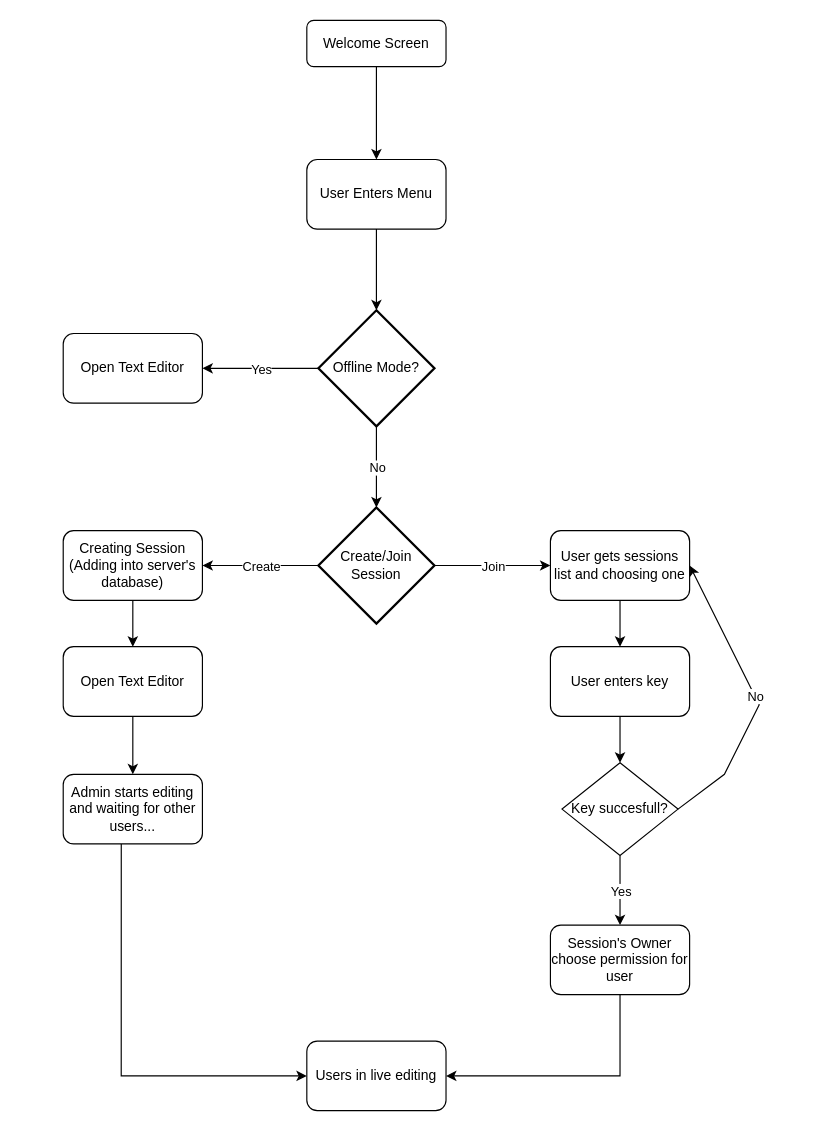
Before: project_flow.drawio in avnogy/netext, a draw.io diagram. Source tidied: cells renumbered, new cells numbered last; positions are measured from the earlier drawing's top-left corner, leaving out a move shared by most shapes. Both pictures are drawn from the tidied source at 116%, with x=0, y=0 at pixel (63, 20).
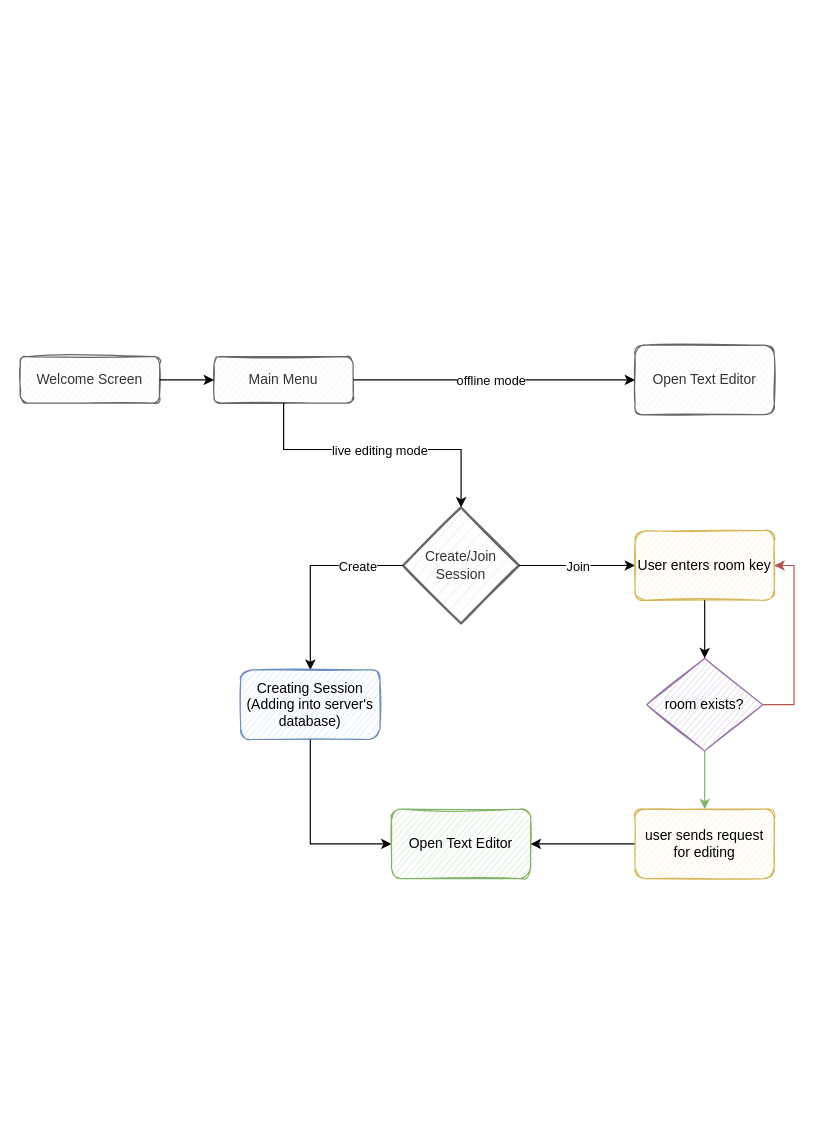
Above is the later version.

Diff of the diagram source:
```diff
@@
-    <mxCell id="2" value="Welcome Screen" style="rounded=1;whiteSpace=wrap;html=1;fontSize=12;glass=0;strokeWidth=1;shadow=0;" parent="1" vertex="1">
-      <mxGeometry x="210" width="120" height="40" as="geometry" />
+    <mxCell id="2" value="Welcome Screen" style="rounded=1;whiteSpace=wrap;html=1;fontSize=12;glass=0;strokeWidth=1;shadow=0;fillColor=#f5f5f5;fontColor=#333333;strokeColor=#666666;sketch=1;" parent="1" vertex="1">
+      <mxGeometry x="-37" y="290" width="120" height="40" as="geometry" />
     </mxCell>
-    <mxCell id="3" value="User Enters Menu" style="rounded=1;whiteSpace=wrap;html=1;" parent="1" vertex="1">
-      <mxGeometry x="210" y="120" width="120" height="60" as="geometry" />
+    <mxCell id="3" value="Main Menu" style="rounded=1;whiteSpace=wrap;html=1;fillColor=#f5f5f5;fontColor=#333333;strokeColor=#666666;sketch=1;" parent="1" vertex="1">
+      <mxGeometry x="130" y="290" width="120" height="40" as="geometry" />
     </mxCell>
-    <mxCell id="4" value="Create/Join&lt;br&gt;Session" style="strokeWidth=2;html=1;shape=mxgraph.flowchart.decision;whiteSpace=wrap;" parent="1" vertex="1">
-      <mxGeometry x="220" y="420" width="100" height="100" as="geometry" />
+    <mxCell id="4" value="Create/Join&lt;br&gt;Session" style="strokeWidth=2;html=1;shape=mxgraph.flowchart.decision;whiteSpace=wrap;fillColor=#f5f5f5;strokeColor=#666666;fontColor=#333333;sketch=1;" parent="1" vertex="1">
+      <mxGeometry x="293" y="420" width="100" height="100" as="geometry" />
     </mxCell>
-    <mxCell id="5" style="endArrow=classic;html=1;rounded=0;exitX=0.5;exitY=1;exitDx=0;exitDy=0;" parent="1" edge="1" source="2">
+    <mxCell id="5" style="endArrow=classic;html=1;rounded=0;exitX=1;exitY=0.5;exitDx=0;exitDy=0;entryX=0;entryY=0.5;entryDx=0;entryDy=0;" parent="1" edge="1" source="2" target="3">
       <mxGeometry relative="1" as="geometry">
-        <mxPoint x="270" y="120" as="targetPoint" />
+        <Array as="points">
+          <mxPoint x="113" y="310" />
+        </Array>
       </mxGeometry>
     </mxCell>
-    <mxCell id="6" value="Offline Mode?" style="strokeWidth=2;html=1;shape=mxgraph.flowchart.decision;whiteSpace=wrap;" parent="1" vertex="1">
-      <mxGeometry x="220" y="250" width="100" height="100" as="geometry" />
-    </mxCell>
-    <mxCell id="7" style="endArrow=classic;html=1;rounded=0;" parent="1" edge="1" source="6">
-      <mxGeometry relative="1" as="geometry">
-        <mxPoint x="120" y="300" as="targetPoint" />
-      </mxGeometry>
-    </mxCell>
-    <mxCell id="8" value="Yes" style="edgeLabel;html=1;align=center;verticalAlign=middle;" parent="7" vertex="1">
-      <mxGeometry relative="1" as="geometry" />
-    </mxCell>
-    <mxCell id="9" value="Open Text Editor" style="rounded=1;whiteSpace=wrap;html=1;" parent="1" vertex="1">
-      <mxGeometry y="270" width="120" height="60" as="geometry" />
+    <mxCell id="9" value="Open Text Editor" style="rounded=1;whiteSpace=wrap;html=1;fillColor=#f5f5f5;strokeColor=#666666;fontColor=#333333;sketch=1;" parent="1" vertex="1">
+      <mxGeometry x="493" y="280" width="120" height="60" as="geometry" />
     </mxCell>
-    <mxCell id="10" style="endArrow=classic;html=1;rounded=0;entryX=0.5;entryY=0;entryDx=0;entryDy=0;entryPerimeter=0;" parent="1" edge="1" source="3" target="6">
-      <mxGeometry relative="1" as="geometry" />
+    <mxCell id="10" style="endArrow=classic;html=1;rounded=0;entryX=0;entryY=0.5;entryDx=0;entryDy=0;exitX=1;exitY=0.5;exitDx=0;exitDy=0;" parent="1" edge="1" source="3" target="9">
+      <mxGeometry relative="1" as="geometry">
+        <Array as="points">
+          <mxPoint x="430" y="310" />
+        </Array>
+      </mxGeometry>
     </mxCell>
+    <mxCell id="35" value="offline mode" style="edgeLabel;html=1;align=center;verticalAlign=middle;" parent="10" vertex="1">
+      <mxGeometry x="-0.39" relative="1" as="geometry">
+        <mxPoint x="44" as="offset" />
+      </mxGeometry>
+    </mxCell>
-    <mxCell id="11" style="endArrow=classic;html=1;rounded=0;" parent="1" edge="1" source="4">
+    <mxCell id="11" style="endArrow=classic;html=1;rounded=0;entryX=0.5;entryY=0;entryDx=0;entryDy=0;exitX=0;exitY=0.5;exitDx=0;exitDy=0;exitPerimeter=0;" parent="1" edge="1" source="4" target="13">
       <mxGeometry relative="1" as="geometry">
-        <mxPoint x="120" y="470" as="targetPoint" />
+        <Array as="points">
+          <mxPoint x="213" y="470" />
+        </Array>
       </mxGeometry>
     </mxCell>
     <mxCell id="12" value="Create" style="edgeLabel;html=1;align=center;verticalAlign=middle;" parent="11" vertex="1">
-      <mxGeometry relative="1" as="geometry" />
+      <mxGeometry relative="1" as="geometry">
+        <mxPoint x="40" y="-5" as="offset" />
+      </mxGeometry>
     </mxCell>
-    <mxCell id="13" value="Creating Session (Adding into server's database)" style="rounded=1;whiteSpace=wrap;html=1;" parent="1" vertex="1">
-      <mxGeometry y="440" width="120" height="60" as="geometry" />
+    <mxCell id="13" value="Creating Session (Adding into server's database)" style="rounded=1;whiteSpace=wrap;html=1;fillColor=#dae8fc;strokeColor=#6c8ebf;sketch=1;" parent="1" vertex="1">
+      <mxGeometry x="153" y="560" width="120" height="60" as="geometry" />
     </mxCell>
-    <mxCell id="14" style="endArrow=classic;html=1;rounded=0;entryX=0.5;entryY=0;entryDx=0;entryDy=0;entryPerimeter=0;" parent="1" edge="1" source="6" target="4">
-      <mxGeometry relative="1" as="geometry" />
+    <mxCell id="14" style="endArrow=classic;html=1;rounded=0;entryX=0.5;entryY=0;entryDx=0;entryDy=0;entryPerimeter=0;exitX=0.5;exitY=1;exitDx=0;exitDy=0;" parent="1" edge="1" source="3" target="4">
+      <mxGeometry relative="1" as="geometry">
+        <Array as="points">
+          <mxPoint x="190" y="370" />
+          <mxPoint x="343" y="370" />
+        </Array>
+      </mxGeometry>
     </mxCell>
-    <mxCell id="15" value="No" style="edgeLabel;html=1;align=center;verticalAlign=middle;" parent="14" vertex="1">
-      <mxGeometry relative="1" as="geometry" />
-    </mxCell>
+    <mxCell id="36" value="live editing mode" style="edgeLabel;html=1;align=center;verticalAlign=middle;" parent="14" vertex="1">
+      <mxGeometry x="0.15" relative="1" as="geometry">
+        <mxPoint x="-18" as="offset" />
+      </mxGeometry>
+    </mxCell>
     <mxCell id="16" style="endArrow=classic;html=1;rounded=0;" parent="1" edge="1" source="4">
       <mxGeometry relative="1" as="geometry">
-        <mxPoint x="420" y="470" as="targetPoint" />
+        <mxPoint x="493" y="470" as="targetPoint" />
       </mxGeometry>
     </mxCell>
@@
-    <mxCell id="18" value="User gets sessions list and choosing one" style="rounded=1;whiteSpace=wrap;html=1;" parent="1" vertex="1">
-      <mxGeometry x="420" y="440" width="120" height="60" as="geometry" />
-    </mxCell>
-    <mxCell id="19" value="User enters key" style="rounded=1;whiteSpace=wrap;html=1;" parent="1" vertex="1">
-      <mxGeometry x="420" y="540" width="120" height="60" as="geometry" />
+    <mxCell id="19" value="User enters room key" style="rounded=1;whiteSpace=wrap;html=1;fillColor=#fff2cc;strokeColor=#d6b656;sketch=1;" parent="1" vertex="1">
+      <mxGeometry x="493" y="440" width="120" height="60" as="geometry" />
     </mxCell>
-    <mxCell id="20" style="endArrow=classic;html=1;rounded=0;" parent="1" edge="1" source="18">
-      <mxGeometry relative="1" as="geometry">
-        <mxPoint x="480" y="540" as="targetPoint" />
-      </mxGeometry>
-    </mxCell>
+    <mxCell id="37" style="edgeStyle=orthogonalEdgeStyle;rounded=0;jettySize=auto;html=1;fillColor=#d5e8d4;strokeColor=#82b366;" parent="1" edge="1" source="21" target="40">
+      <mxGeometry relative="1" as="geometry" />
+    </mxCell>
+    <mxCell id="38" style="edgeStyle=orthogonalEdgeStyle;rounded=0;jettySize=auto;html=1;entryX=1;entryY=0.5;entryDx=0;entryDy=0;fillColor=#f8cecc;strokeColor=#b85450;" parent="1" edge="1" source="21" target="19">
+      <mxGeometry relative="1" as="geometry">
+        <Array as="points">
+          <mxPoint x="630" y="590" />
+          <mxPoint x="630" y="470" />
+        </Array>
+      </mxGeometry>
+    </mxCell>
-    <mxCell id="21" value="Key succesfull?" style="rhombus;whiteSpace=wrap;html=1;" parent="1" vertex="1">
-      <mxGeometry x="430" y="640" width="100" height="80" as="geometry" />
+    <mxCell id="21" value="room exists?" style="rhombus;whiteSpace=wrap;html=1;fillColor=#e1d5e7;strokeColor=#9673a6;sketch=1;" parent="1" vertex="1">
+      <mxGeometry x="503" y="550" width="100" height="80" as="geometry" />
     </mxCell>
-    <mxCell id="22" style="endArrow=classic;html=1;rounded=0;" parent="1" edge="1" source="19">
-      <mxGeometry relative="1" as="geometry">
-        <mxPoint x="480" y="640" as="targetPoint" />
-      </mxGeometry>
+    <mxCell id="22" style="endArrow=classic;html=1;rounded=0;entryX=0.5;entryY=0;entryDx=0;entryDy=0;" parent="1" edge="1" source="19" target="21">
+      <mxGeometry relative="1" as="geometry" />
     </mxCell>
-    <mxCell id="23" style="endArrow=classic;html=1;rounded=0;" parent="1" edge="1">
-      <mxGeometry relative="1" as="geometry">
-        <mxPoint x="480" y="720" as="sourcePoint" />
-        <mxPoint x="480" y="780" as="targetPoint" />
-      </mxGeometry>
-    </mxCell>
-    <mxCell id="24" value="Yes" style="edgeLabel;html=1;align=center;verticalAlign=middle;" parent="23" vertex="1">
-      <mxGeometry relative="1" as="geometry" />
-    </mxCell>
-    <mxCell id="25" style="endArrow=classic;html=1;rounded=0;exitX=1;exitY=0.5;exitDx=0;exitDy=0;entryX=1;entryY=0.5;entryDx=0;entryDy=0;" parent="1" edge="1" source="21" target="18">
-      <mxGeometry relative="1" as="geometry">
-        <Array as="points">
-          <mxPoint x="570" y="650" />
-          <mxPoint x="600" y="590" />
-        </Array>
-      </mxGeometry>
-    </mxCell>
-    <mxCell id="26" value="No" style="edgeLabel;html=1;align=center;verticalAlign=middle;" parent="25" vertex="1">
-      <mxGeometry relative="1" as="geometry" />
-    </mxCell>
-    <mxCell id="27" value="Session's Owner choose permission for user" style="rounded=1;whiteSpace=wrap;html=1;" parent="1" vertex="1">
-      <mxGeometry x="420" y="780" width="120" height="60" as="geometry" />
-    </mxCell>
-    <mxCell id="28" value="Users in live editing" style="rounded=1;whiteSpace=wrap;html=1;" parent="1" vertex="1">
-      <mxGeometry x="210" y="880" width="120" height="60" as="geometry" />
-    </mxCell>
-    <mxCell id="29" style="edgeStyle=segmentEdgeStyle;endArrow=classic;html=1;rounded=0;exitX=0.5;exitY=1;exitDx=0;exitDy=0;entryX=1;entryY=0.5;entryDx=0;entryDy=0;" parent="1" edge="1" source="27" target="28">
-      <mxGeometry relative="1" as="geometry">
-        <Array as="points">
-          <mxPoint x="480" y="910" />
-          <mxPoint x="330" y="910" />
-        </Array>
-      </mxGeometry>
-    </mxCell>
-    <mxCell id="30" style="endArrow=classic;html=1;rounded=0;exitX=0.5;exitY=1;exitDx=0;exitDy=0;" parent="1" edge="1" source="13">
+    <mxCell id="30" style="endArrow=classic;html=1;rounded=0;exitX=0.5;exitY=1;exitDx=0;exitDy=0;entryX=0;entryY=0.5;entryDx=0;entryDy=0;" parent="1" edge="1" source="13" target="31">
       <mxGeometry relative="1" as="geometry">
-        <mxPoint x="60" y="540" as="targetPoint" />
+        <Array as="points">
+          <mxPoint x="213" y="710" />
+        </Array>
       </mxGeometry>
     </mxCell>
-    <mxCell id="31" value="Open Text Editor" style="rounded=1;whiteSpace=wrap;html=1;" parent="1" vertex="1">
-      <mxGeometry y="540" width="120" height="60" as="geometry" />
+    <mxCell id="31" value="Open Text Editor" style="rounded=1;whiteSpace=wrap;html=1;fillColor=#d5e8d4;strokeColor=#82b366;sketch=1;" parent="1" vertex="1">
+      <mxGeometry x="283" y="680" width="120" height="60" as="geometry" />
     </mxCell>
-    <mxCell id="32" value="Admin starts editing and waiting for other users..." style="rounded=1;whiteSpace=wrap;html=1;" parent="1" vertex="1">
-      <mxGeometry y="650" width="120" height="60" as="geometry" />
-    </mxCell>
-    <mxCell id="33" style="endArrow=classic;html=1;rounded=0;exitX=0.5;exitY=1;exitDx=0;exitDy=0;entryX=0.5;entryY=0;entryDx=0;entryDy=0;" parent="1" edge="1" source="31" target="32">
-      <mxGeometry relative="1" as="geometry" />
-    </mxCell>
-    <mxCell id="34" style="edgeStyle=segmentEdgeStyle;endArrow=classic;html=1;rounded=0;exitX=0.417;exitY=1;exitDx=0;exitDy=0;exitPerimeter=0;entryX=0;entryY=0.5;entryDx=0;entryDy=0;" parent="1" edge="1" source="32" target="28">
-      <mxGeometry relative="1" as="geometry">
-        <Array as="points">
-          <mxPoint x="50" y="910" />
-        </Array>
-      </mxGeometry>
-    </mxCell>
+    <mxCell id="39" style="edgeStyle=orthogonalEdgeStyle;rounded=0;jettySize=auto;html=1;entryX=1;entryY=0.5;entryDx=0;entryDy=0;" parent="1" edge="1" source="40" target="31">
+      <mxGeometry relative="1" as="geometry">
+        <Array as="points">
+          <mxPoint x="423" y="710" />
+          <mxPoint x="423" y="710" />
+        </Array>
+      </mxGeometry>
+    </mxCell>
+    <mxCell id="40" value="user sends request for editing" style="whiteSpace=wrap;html=1;rounded=1;fillColor=#fff2cc;strokeColor=#d6b656;sketch=1;" parent="1" vertex="1">
+      <mxGeometry x="493" y="680" width="120" height="60" as="geometry" />
+    </mxCell>
```
